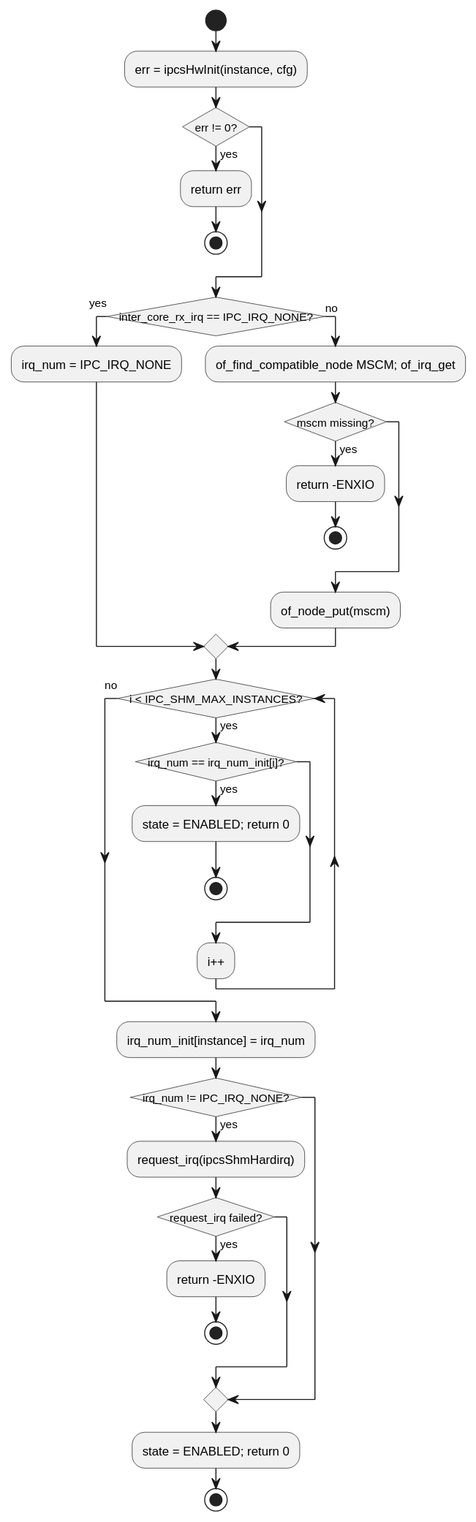
Before: c1_sdd_linux-ipcs/cursor_tmp/flow_svgs/linux_6_5_18_ipcsCdevOsInit.svg, a diagram exported from PlantUML (Mastang1/sad_sdd_proj).
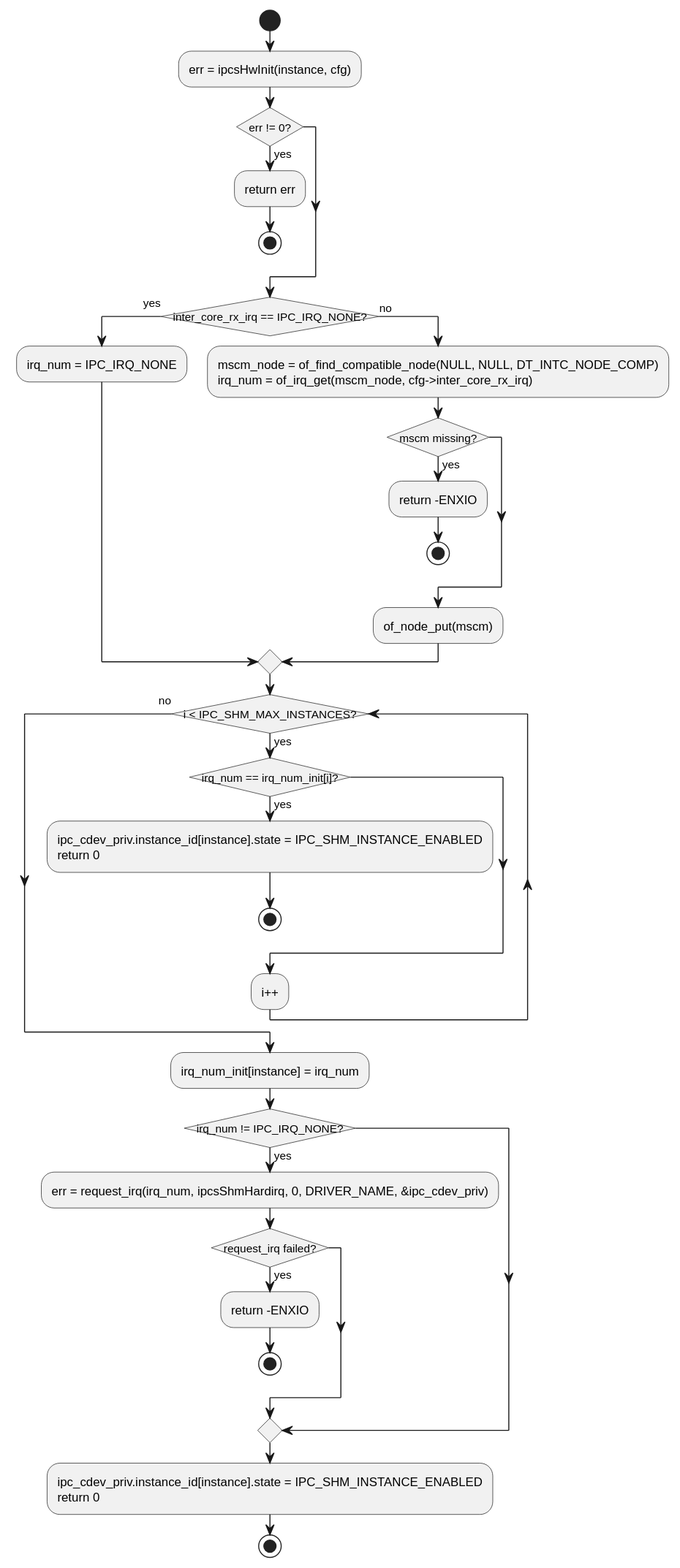
The same diagram one commit later.

Diff of the diagram source:
```diff
@@ -6,33 +6,33 @@
 :err = ipcsHwInit(instance, cfg);
 if (err != 0?) then (yes)
   :return err;
-  stop
+stop
 endif
 if (inter_core_rx_irq == IPC_IRQ_NONE?) then (yes)
   :irq_num = IPC_IRQ_NONE;
 else (no)
-  :of_find_compatible_node MSCM; of_irq_get;
+  :mscm_node = of_find_compatible_node(NULL, NULL, DT_INTC_NODE_COMP)\nirq_num = of_irq_get(mscm_node, cfg->inter_core_rx_irq);
   if (mscm missing?) then (yes)
     :return -ENXIO;
-    stop
+stop
   endif
   :of_node_put(mscm);
 endif
 while (i < IPC_SHM_MAX_INSTANCES?) is (yes)
   if (irq_num == irq_num_init[i]?) then (yes)
-    :state = ENABLED; return 0;
-    stop
+    :ipc_cdev_priv.instance_id[instance].state = IPC_SHM_INSTANCE_ENABLED\nreturn 0;
+stop
   endif
   :i++;
 endwhile (no)
 :irq_num_init[instance] = irq_num;
 if (irq_num != IPC_IRQ_NONE?) then (yes)
-  :request_irq(ipcsShmHardirq);
+  :err = request_irq(irq_num, ipcsShmHardirq, 0, DRIVER_NAME, &ipc_cdev_priv);
   if (request_irq failed?) then (yes)
     :return -ENXIO;
-    stop
+stop
   endif
 endif
-:state = ENABLED; return 0;
+:ipc_cdev_priv.instance_id[instance].state = IPC_SHM_INSTANCE_ENABLED\nreturn 0;
 stop
 @enduml
```
